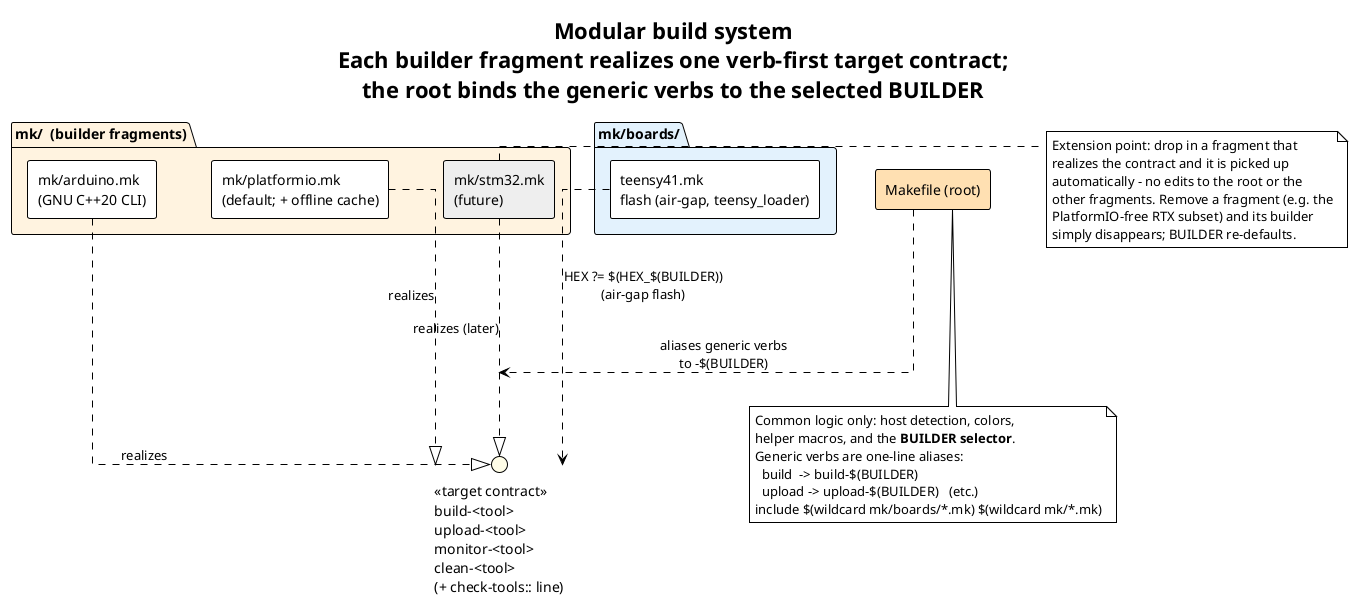
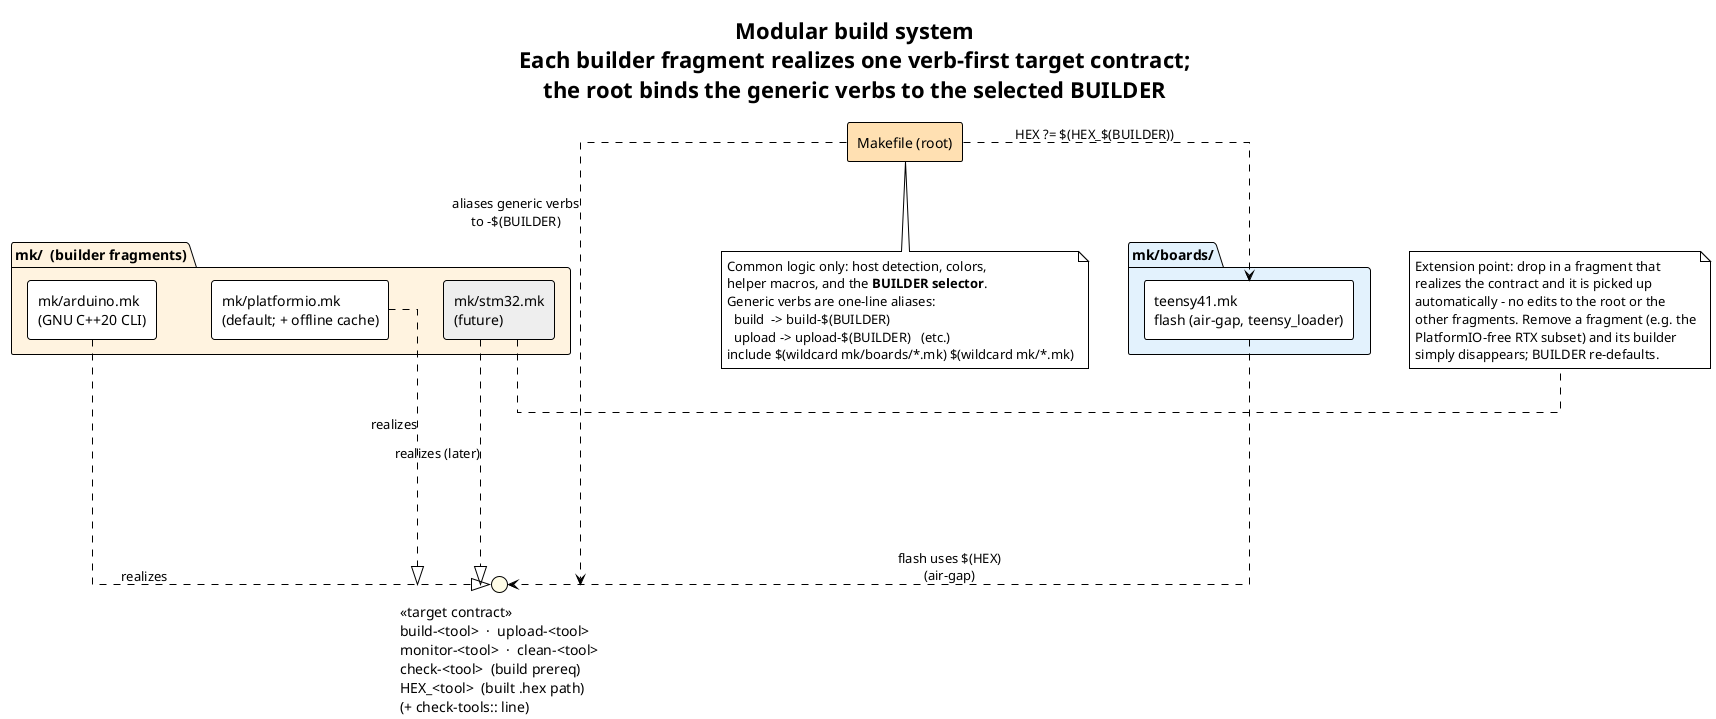
@startuml build_system
!theme plain
skinparam linetype ortho
skinparam nodesep 55
skinparam ranksep 90
skinparam componentStyle rectangle

title Modular build system\nEach builder fragment realizes one verb-first target contract;\nthe root binds the generic verbs to the selected BUILDER

' ===========================================================================
' THE CONTRACT: every builder fragment provides exactly these targets.
' Adding a build tool means realizing this interface - nothing else.
' ===========================================================================
- interface "<<target contract>>\nbuild-<tool>\nupload-<tool>\nmonitor-<tool>\nclean-<tool>\n(+ check-tools:: line)" as Contract #FFFDE7
+ interface "<<target contract>>\nbuild-<tool>  ·  upload-<tool>\nmonitor-<tool>  ·  clean-<tool>\ncheck-<tool>  (build prereq)\nHEX_<tool>  (built .hex path)\n(+ check-tools:: line)" as Contract #FFFDE7

' ===========================================================================
' ROOT: common logic only. Selects a BUILDER and aliases the generic verbs.
' ===========================================================================
component "Makefile (root)" as Root #FFE0B2 {
}
note bottom of Root
  Common logic only: host detection, colors,
  helper macros, and the **BUILDER selector**.
  Generic verbs are one-line aliases:
    build  -> build-$(BUILDER)
    upload -> upload-$(BUILDER)   (etc.)
  include $(wildcard mk/boards/*.mk) $(wildcard mk/*.mk)
end note

' ===========================================================================
' BUILDER FRAGMENTS: one per build tool, auto-discovered from mk/*.mk.
' ===========================================================================
package "mk/  (builder fragments)" as Builders #FFF3E0 {
  component "mk/platformio.mk\n(default; + offline cache)" as Pio
  component "mk/arduino.mk\n(GNU C++20 CLI)" as Arduino
  component "mk/stm32.mk\n(future)" as Stm32 #EEEEEE
}

' ===========================================================================
' BOARD FRAGMENT: build-tool-agnostic, board-owned targets.
' ===========================================================================
package "mk/boards/" as Boards #E3F2FD {
  component "teensy41.mk\nflash (air-gap, teensy_loader)" as Board
}

' --- realizations: each fragment provides the contract -------------------
Pio     ..|> Contract : realizes
Arduino ..|> Contract : realizes
Stm32   ..|> Contract : realizes (later)

' --- the root selects one and aliases the generic verbs to it ------------
Root ..> Contract : aliases generic verbs\nto -$(BUILDER)

- ' --- the board flash consumes the selected builder's .hex ----------------
- Board ..> Contract : HEX ?= $(HEX_$(BUILDER))\n(air-gap flash)
+ ' --- the root resolves HEX ?= $(HEX_$(BUILDER)); the board flash consumes it
+ Root  ..> Board : HEX ?= $(HEX_$(BUILDER))
+ Board ..> Contract : flash uses $(HEX)\n(air-gap)

note right of Stm32
  Extension point: drop in a fragment that
  realizes the contract and it is picked up
  automatically - no edits to the root or the
  other fragments. Remove a fragment (e.g. the
  PlatformIO-free RTX subset) and its builder
  simply disappears; BUILDER re-defaults.
end note

@enduml
